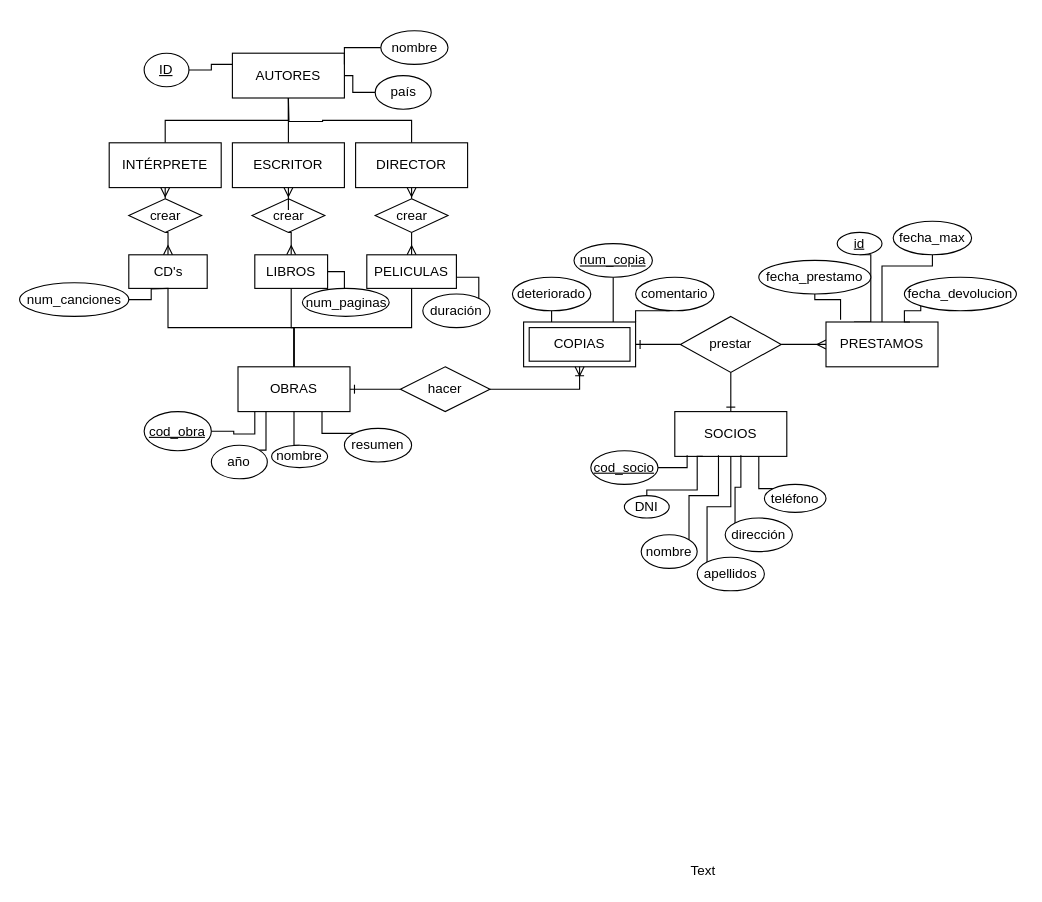
idominguez25/Curso_JavaAngular keeps this draw.io diagram as Untitled Diagram.drawio. Above is the earlier version. Source tidied: cells renumbered, new cells numbered last; positions are measured from the earlier drawing's top-left corner, leaving out a move shared by most shapes. Both pictures are drawn from the tidied source at 112%, with x=0, y=0 at pixel (19, 30).
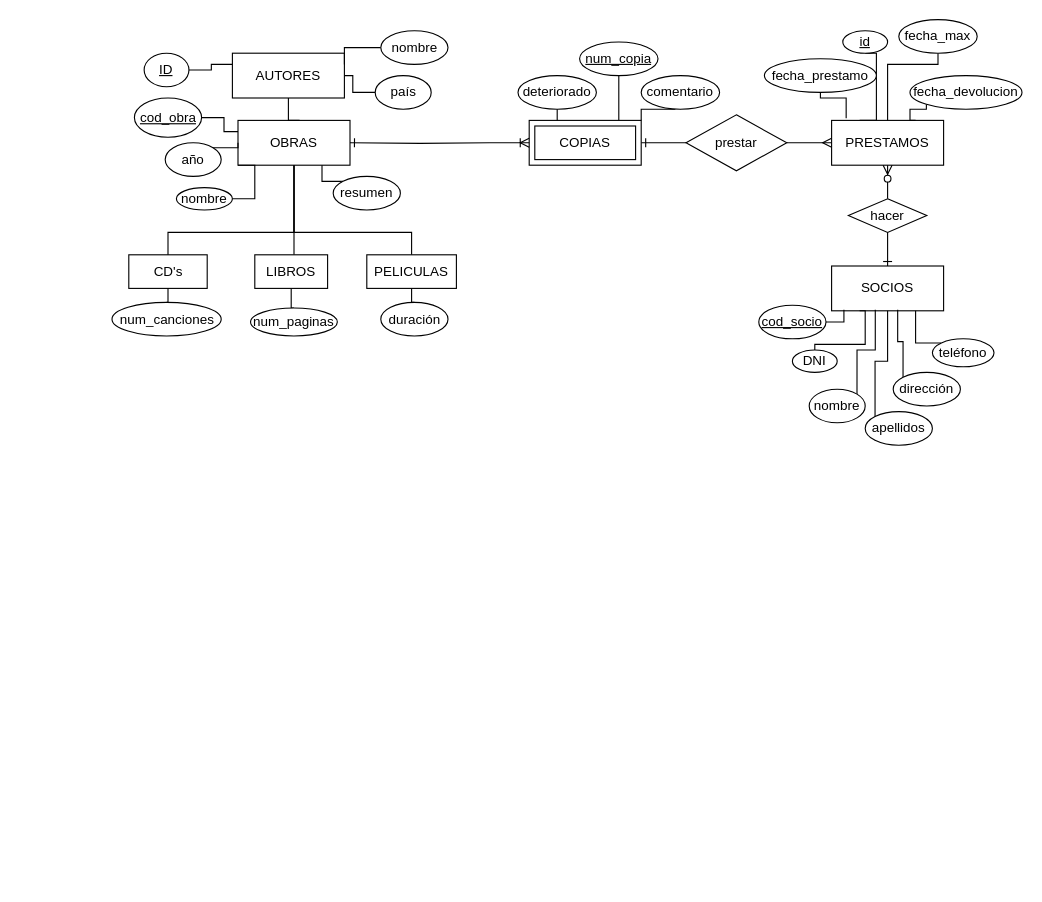
After the change.

The change refers to these unchanged cells:
```xml
<mxCell id="18" value="CD's" style="whiteSpace=wrap;html=1;align=center;" parent="1" vertex="1">
  <mxGeometry x="97.5" y="200" width="70" height="30" as="geometry" />
</mxCell>
<mxCell id="22" value="PELICULAS" style="whiteSpace=wrap;html=1;align=center;" parent="1" vertex="1">
  <mxGeometry x="310" y="200" width="80" height="30" as="geometry" />
</mxCell>
<mxCell id="25" value="AUTORES" style="whiteSpace=wrap;html=1;align=center;" parent="1" vertex="1">
  <mxGeometry x="190" y="20" width="100" height="40" as="geometry" />
</mxCell>
<mxCell id="81" value="LIBROS" style="whiteSpace=wrap;html=1;align=center;" parent="1" vertex="1">
  <mxGeometry x="210" y="200" width="65" height="30" as="geometry" />
</mxCell>
```

Change to the diagram source:
```diff
@@
     <mxCell id="4" value="prestar" style="shape=rhombus;perimeter=rhombusPerimeter;whiteSpace=wrap;html=1;align=center;" parent="1" vertex="1">
-      <mxGeometry x="590" y="255" width="90" height="50" as="geometry" />
+      <mxGeometry x="595" y="75" width="90" height="50" as="geometry" />
     </mxCell>
@@
     <mxCell id="6" style="edgeStyle=orthogonalEdgeStyle;rounded=0;jettySize=auto;html=1;exitX=0.25;exitY=0;exitDx=0;exitDy=0;entryX=0.5;entryY=1;entryDx=0;entryDy=0;startArrow=none;startFill=0;endArrow=none;endFill=0;strokeColor=#000000;" parent="1" edge="1" source="7" target="42">
       <mxGeometry relative="1" as="geometry">
         <Array as="points">
-          <mxPoint x="760" y="260" />
-          <mxPoint x="760" y="200" />
+          <mxPoint x="765" y="80" />
+          <mxPoint x="765" y="20" />
         </Array>
       </mxGeometry>
     </mxCell>
     <mxCell id="7" value="PRESTAMOS" style="whiteSpace=wrap;html=1;align=center;" parent="1" vertex="1">
-      <mxGeometry x="720" y="260" width="100" height="40" as="geometry" />
+      <mxGeometry x="725" y="80" width="100" height="40" as="geometry" />
     </mxCell>
-    <mxCell id="8" style="edgeStyle=orthogonalEdgeStyle;rounded=0;jettySize=auto;html=1;entryX=0.5;entryY=1;entryDx=0;entryDy=0;startArrow=ERone;startFill=0;endArrow=none;endFill=0;" parent="1" edge="1" source="9" target="4">
-      <mxGeometry relative="1" as="geometry" />
-    </mxCell>
+    <mxCell id="82" style="edgeStyle=orthogonalEdgeStyle;rounded=0;jettySize=auto;html=1;entryX=0.5;entryY=1;entryDx=0;entryDy=0;endArrow=ERzeroToMany;endFill=1;" parent="1" edge="1" source="23" target="7">
+      <mxGeometry relative="1" as="geometry" />
+    </mxCell>
     <mxCell id="9" value="SOCIOS" style="whiteSpace=wrap;html=1;align=center;" parent="1" vertex="1">
-      <mxGeometry x="585" y="340" width="100" height="40" as="geometry" />
+      <mxGeometry x="725" y="210" width="100" height="40" as="geometry" />
     </mxCell>
-    <mxCell id="10" value="Text" style="text;html=1;align=center;verticalAlign=middle;" parent="1" vertex="1">
-      <mxGeometry x="590" y="740" width="40" height="20" as="geometry" />
-    </mxCell>
-    <mxCell id="11" style="edgeStyle=orthogonalEdgeStyle;rounded=0;jettySize=auto;html=1;startArrow=none;startFill=0;endArrow=ERone;endFill=0;strokeColor=#000000;" parent="1" edge="1" source="23" target="16">
-      <mxGeometry relative="1" as="geometry" />
+    <mxCell id="11" style="edgeStyle=orthogonalEdgeStyle;rounded=0;jettySize=auto;html=1;startArrow=none;startFill=0;endArrow=ERone;endFill=0;strokeColor=#000000;" parent="1" edge="1" target="16">
+      <mxGeometry relative="1" as="geometry">
+        <mxPoint x="420" y="100" as="sourcePoint" />
+      </mxGeometry>
     </mxCell>
@@
     <mxCell id="13" style="edgeStyle=orthogonalEdgeStyle;rounded=0;jettySize=auto;html=1;startArrow=none;startFill=0;endArrow=none;endFill=0;strokeColor=#000000;entryX=0.5;entryY=1;entryDx=0;entryDy=0;" parent="1" edge="1" source="15" target="39">
       <mxGeometry relative="1" as="geometry">
         <Array as="points">
-          <mxPoint x="530" y="250" />
-          <mxPoint x="530" y="250" />
+          <mxPoint x="535" y="70" />
+          <mxPoint x="535" y="70" />
         </Array>
       </mxGeometry>
     </mxCell>
     <mxCell id="14" style="edgeStyle=orthogonalEdgeStyle;rounded=0;jettySize=auto;html=1;exitX=1;exitY=0;exitDx=0;exitDy=0;entryX=0.5;entryY=1;entryDx=0;entryDy=0;startArrow=none;startFill=0;endArrow=none;endFill=0;strokeColor=#000000;" parent="1" edge="1" source="15" target="40">
       <mxGeometry relative="1" as="geometry">
         <Array as="points">
-          <mxPoint x="550" y="250" />
-          <mxPoint x="580" y="250" />
-          <mxPoint x="580" y="235" />
+          <mxPoint x="555" y="70" />
+          <mxPoint x="585" y="70" />
+          <mxPoint x="585" y="55" />
         </Array>
       </mxGeometry>
     </mxCell>
     <mxCell id="15" value="COPIAS" style="shape=ext;margin=3;double=1;whiteSpace=wrap;html=1;align=center;" parent="1" vertex="1">
-      <mxGeometry x="450" y="260" width="100" height="40" as="geometry" />
+      <mxGeometry x="455" y="80" width="100" height="40" as="geometry" />
     </mxCell>
     <mxCell id="16" value="OBRAS" style="whiteSpace=wrap;html=1;align=center;" parent="1" vertex="1">
-      <mxGeometry x="195" y="300" width="100" height="40" as="geometry" />
+      <mxGeometry x="195" y="80" width="100" height="40" as="geometry" />
     </mxCell>
     <mxCell id="17" style="edgeStyle=orthogonalEdgeStyle;rounded=0;jettySize=auto;html=1;exitX=0.5;exitY=1;exitDx=0;exitDy=0;endArrow=none;endFill=0;" parent="1" edge="1" source="18" target="16">
-      <mxGeometry relative="1" as="geometry" />
+      <mxGeometry relative="1" as="geometry">
+        <Array as="points">
+          <mxPoint x="133" y="180" />
+          <mxPoint x="245" y="180" />
+        </Array>
+      </mxGeometry>
     </mxCell>
@@
-    <mxCell id="19" style="edgeStyle=orthogonalEdgeStyle;rounded=0;jettySize=auto;html=1;startArrow=none;startFill=0;endArrow=none;endFill=0;strokeColor=#000000;exitX=1;exitY=0.5;exitDx=0;exitDy=0;" parent="1" edge="1" source="81" target="36">
-      <mxGeometry relative="1" as="geometry">
-        <Array as="points">
-          <mxPoint x="290" y="215" />
-          <mxPoint x="290" y="240" />
-          <mxPoint x="325" y="240" />
-        </Array>
-      </mxGeometry>
-    </mxCell>
-    <mxCell id="20" style="edgeStyle=orthogonalEdgeStyle;rounded=0;jettySize=auto;html=1;exitX=1;exitY=0;exitDx=0;exitDy=0;entryX=0;entryY=1;entryDx=0;entryDy=0;endArrow=none;endFill=0;" parent="1" edge="1" source="22" target="37">
-      <mxGeometry relative="1" as="geometry">
-        <Array as="points">
-          <mxPoint x="390" y="220" />
-          <mxPoint x="410" y="220" />
-          <mxPoint x="410" y="250" />
-          <mxPoint x="369" y="250" />
-        </Array>
-      </mxGeometry>
-    </mxCell>
-    <mxCell id="21" style="edgeStyle=orthogonalEdgeStyle;rounded=0;jettySize=auto;html=1;exitX=0.5;exitY=1;exitDx=0;exitDy=0;entryX=0.5;entryY=0;entryDx=0;entryDy=0;endArrow=none;endFill=0;" parent="1" edge="1" source="22" target="16">
-      <mxGeometry relative="1" as="geometry" />
+    <mxCell id="21" style="edgeStyle=orthogonalEdgeStyle;rounded=0;jettySize=auto;html=1;exitX=0.5;exitY=0;exitDx=0;exitDy=0;entryX=0.5;entryY=1;entryDx=0;entryDy=0;startArrow=none;startFill=0;endArrow=none;endFill=0;" parent="1" edge="1" source="22" target="16">
+      <mxGeometry relative="1" as="geometry">
+        <Array as="points">
+          <mxPoint x="350" y="180" />
+          <mxPoint x="245" y="180" />
+        </Array>
+      </mxGeometry>
     </mxCell>
@@
-    <mxCell id="23" value="hacer" style="shape=rhombus;perimeter=rhombusPerimeter;whiteSpace=wrap;html=1;align=center;" parent="1" vertex="1">
-      <mxGeometry x="340" y="300" width="80" height="40" as="geometry" />
-    </mxCell>
-    <mxCell id="24" style="edgeStyle=orthogonalEdgeStyle;rounded=0;jettySize=auto;html=1;startArrow=ERoneToMany;startFill=0;endArrow=none;endFill=0;strokeColor=#000000;" parent="1" edge="1" source="15" target="23">
+    <mxCell id="24" style="edgeStyle=orthogonalEdgeStyle;rounded=0;jettySize=auto;html=1;startArrow=ERoneToMany;startFill=0;endArrow=none;endFill=0;strokeColor=#000000;" parent="1" edge="1" source="15">
       <mxGeometry relative="1" as="geometry">
+        <mxPoint x="420" y="100" as="targetPoint" />
         <Array as="points">
-          <mxPoint x="500" y="320" />
+          <mxPoint x="440" y="100" />
+          <mxPoint x="440" y="100" />
         </Array>
       </mxGeometry>
     </mxCell>
@@
-    <mxCell id="26" value="crear" style="shape=rhombus;perimeter=rhombusPerimeter;whiteSpace=wrap;html=1;align=center;" parent="1" vertex="1">
-      <mxGeometry x="207.5" y="150" width="65" height="30" as="geometry" />
-    </mxCell>
-    <mxCell id="27" style="edgeStyle=orthogonalEdgeStyle;rounded=0;jettySize=auto;html=1;startArrow=ERmany;startFill=0;endArrow=none;endFill=0;strokeColor=#000000;" parent="1" edge="1" source="81" target="26">
-      <mxGeometry relative="1" as="geometry" />
-    </mxCell>
@@
-    <mxCell id="34" style="edgeStyle=orthogonalEdgeStyle;rounded=0;jettySize=auto;html=1;endArrow=none;endFill=0;" parent="1" edge="1" source="35">
-      <mxGeometry relative="1" as="geometry">
-        <mxPoint x="133" y="230" as="targetPoint" />
-      </mxGeometry>
-    </mxCell>
+    <mxCell id="83" style="edgeStyle=orthogonalEdgeStyle;rounded=0;jettySize=auto;html=1;exitX=0.5;exitY=0;exitDx=0;exitDy=0;entryX=0.5;entryY=1;entryDx=0;entryDy=0;startArrow=none;startFill=0;endArrow=none;endFill=0;" parent="1" edge="1" source="35" target="18">
+      <mxGeometry relative="1" as="geometry" />
+    </mxCell>
     <mxCell id="35" value="num_canciones" style="ellipse;whiteSpace=wrap;html=1;" parent="1" vertex="1">
-      <mxGeometry y="225" width="97.5" height="30" as="geometry" />
+      <mxGeometry x="82.5" y="242.5" width="97.5" height="30" as="geometry" />
     </mxCell>
+    <mxCell id="84" style="edgeStyle=orthogonalEdgeStyle;rounded=0;jettySize=auto;html=1;exitX=0.5;exitY=0;exitDx=0;exitDy=0;entryX=0.5;entryY=1;entryDx=0;entryDy=0;startArrow=none;startFill=0;endArrow=none;endFill=0;" parent="1" edge="1" source="36" target="81">
+      <mxGeometry relative="1" as="geometry" />
+    </mxCell>
     <mxCell id="36" value="num_paginas" style="ellipse;whiteSpace=wrap;html=1;" parent="1" vertex="1">
-      <mxGeometry x="252.5" y="230" width="77.5" height="25" as="geometry" />
+      <mxGeometry x="206.2" y="247.5" width="77.5" height="25" as="geometry" />
     </mxCell>
+    <mxCell id="85" style="edgeStyle=orthogonalEdgeStyle;rounded=0;jettySize=auto;html=1;exitX=0.5;exitY=0;exitDx=0;exitDy=0;entryX=0.5;entryY=1;entryDx=0;entryDy=0;startArrow=none;startFill=0;endArrow=none;endFill=0;" parent="1" edge="1" source="37" target="22">
+      <mxGeometry relative="1" as="geometry" />
+    </mxCell>
     <mxCell id="37" value="duración" style="ellipse;whiteSpace=wrap;html=1;" parent="1" vertex="1">
-      <mxGeometry x="360" y="235" width="60" height="30" as="geometry" />
+      <mxGeometry x="322.5" y="242.5" width="60" height="30" as="geometry" />
     </mxCell>
     <mxCell id="38" value="deteriorado" style="ellipse;whiteSpace=wrap;html=1;" parent="1" vertex="1">
-      <mxGeometry x="440" y="220" width="70" height="30" as="geometry" />
+      <mxGeometry x="445" y="40" width="70" height="30" as="geometry" />
     </mxCell>
     <mxCell id="39" value="&lt;u&gt;num_copia&lt;/u&gt;" style="ellipse;whiteSpace=wrap;html=1;" parent="1" vertex="1">
-      <mxGeometry x="495" y="190" width="70" height="30" as="geometry" />
+      <mxGeometry x="500" y="10" width="70" height="30" as="geometry" />
     </mxCell>
     <mxCell id="40" value="comentario" style="ellipse;whiteSpace=wrap;html=1;" parent="1" vertex="1">
-      <mxGeometry x="550" y="220" width="70" height="30" as="geometry" />
+      <mxGeometry x="555" y="40" width="70" height="30" as="geometry" />
     </mxCell>
     <mxCell id="41" value="fecha_prestamo" style="ellipse;whiteSpace=wrap;html=1;" parent="1" vertex="1">
-      <mxGeometry x="660" y="205" width="100" height="30" as="geometry" />
+      <mxGeometry x="665" y="25" width="100" height="30" as="geometry" />
     </mxCell>
     <mxCell id="42" value="&lt;u&gt;id&lt;/u&gt;" style="ellipse;whiteSpace=wrap;html=1;" parent="1" vertex="1">
-      <mxGeometry x="730" y="180" width="40" height="20" as="geometry" />
+      <mxGeometry x="735" width="40" height="20" as="geometry" />
     </mxCell>
     <mxCell id="43" style="edgeStyle=orthogonalEdgeStyle;rounded=0;jettySize=auto;html=1;exitX=0.5;exitY=1;exitDx=0;exitDy=0;entryX=0.5;entryY=0;entryDx=0;entryDy=0;startArrow=none;startFill=0;endArrow=none;endFill=0;strokeColor=#000000;" parent="1" edge="1" source="44" target="7">
       <mxGeometry relative="1" as="geometry">
         <Array as="points">
-          <mxPoint x="815" y="210" />
-          <mxPoint x="770" y="210" />
+          <mxPoint x="820" y="30" />
+          <mxPoint x="775" y="30" />
         </Array>
       </mxGeometry>
     </mxCell>
     <mxCell id="44" value="fecha_max" style="ellipse;whiteSpace=wrap;html=1;" parent="1" vertex="1">
-      <mxGeometry x="780" y="170" width="70" height="30" as="geometry" />
+      <mxGeometry x="785" y="-10" width="70" height="30" as="geometry" />
     </mxCell>
     <mxCell id="45" style="edgeStyle=orthogonalEdgeStyle;rounded=0;jettySize=auto;html=1;exitX=0;exitY=1;exitDx=0;exitDy=0;entryX=0.75;entryY=0;entryDx=0;entryDy=0;startArrow=none;startFill=0;endArrow=none;endFill=0;strokeColor=#000000;" parent="1" edge="1" source="46" target="7">
       <mxGeometry relative="1" as="geometry">
         <Array as="points">
-          <mxPoint x="805" y="250" />
-          <mxPoint x="790" y="250" />
-          <mxPoint x="790" y="260" />
+          <mxPoint x="810" y="70" />
+          <mxPoint x="795" y="70" />
+          <mxPoint x="795" y="80" />
         </Array>
       </mxGeometry>
     </mxCell>
     <mxCell id="46" value="fecha_devolucion" style="ellipse;whiteSpace=wrap;html=1;" parent="1" vertex="1">
-      <mxGeometry x="790" y="220" width="100" height="30" as="geometry" />
+      <mxGeometry x="795" y="40" width="100" height="30" as="geometry" />
     </mxCell>
@@
     <mxCell id="48" value="&lt;u&gt;cod_socio&lt;/u&gt;" style="ellipse;whiteSpace=wrap;html=1;" parent="1" vertex="1">
-      <mxGeometry x="510" y="375" width="60" height="30" as="geometry" />
+      <mxGeometry x="660" y="245" width="60" height="30" as="geometry" />
     </mxCell>
     <mxCell id="49" style="edgeStyle=orthogonalEdgeStyle;rounded=0;jettySize=auto;html=1;entryX=0.25;entryY=1;entryDx=0;entryDy=0;startArrow=none;startFill=0;endArrow=none;endFill=0;strokeColor=#000000;" parent="1" edge="1" source="50" target="9">
       <mxGeometry relative="1" as="geometry">
         <Array as="points">
-          <mxPoint x="560" y="410" />
-          <mxPoint x="605" y="410" />
+          <mxPoint x="710" y="280" />
+          <mxPoint x="755" y="280" />
         </Array>
       </mxGeometry>
     </mxCell>
     <mxCell id="50" value="DNI" style="ellipse;whiteSpace=wrap;html=1;" parent="1" vertex="1">
-      <mxGeometry x="540" y="415" width="40" height="20" as="geometry" />
+      <mxGeometry x="690" y="285" width="40" height="20" as="geometry" />
     </mxCell>
@@
     <mxCell id="52" value="nombre" style="ellipse;whiteSpace=wrap;html=1;" parent="1" vertex="1">
-      <mxGeometry x="555" y="450" width="50" height="30" as="geometry" />
+      <mxGeometry x="705" y="320" width="50" height="30" as="geometry" />
     </mxCell>
@@
     <mxCell id="54" value="apellidos" style="ellipse;whiteSpace=wrap;html=1;" parent="1" vertex="1">
-      <mxGeometry x="605" y="470" width="60" height="30" as="geometry" />
+      <mxGeometry x="755" y="340" width="60" height="30" as="geometry" />
     </mxCell>
@@
     <mxCell id="56" value="dirección" style="ellipse;whiteSpace=wrap;html=1;" parent="1" vertex="1">
-      <mxGeometry x="630" y="435" width="60" height="30" as="geometry" />
+      <mxGeometry x="780" y="305" width="60" height="30" as="geometry" />
     </mxCell>
@@
     <mxCell id="58" value="teléfono" style="ellipse;whiteSpace=wrap;html=1;" parent="1" vertex="1">
-      <mxGeometry x="665" y="405" width="55" height="25" as="geometry" />
+      <mxGeometry x="815" y="275" width="55" height="25" as="geometry" />
     </mxCell>
-    <mxCell id="59" style="edgeStyle=orthogonalEdgeStyle;rounded=0;jettySize=auto;html=1;exitX=1;exitY=0.5;exitDx=0;exitDy=0;entryX=0.15;entryY=1;entryDx=0;entryDy=0;entryPerimeter=0;endArrow=none;endFill=0;" parent="1" edge="1" source="60" target="16">
+    <mxCell id="59" style="edgeStyle=orthogonalEdgeStyle;rounded=0;jettySize=auto;html=1;entryX=0;entryY=0.25;entryDx=0;entryDy=0;endArrow=none;endFill=0;" parent="1" edge="1" source="60" target="16">
       <mxGeometry relative="1" as="geometry" />
     </mxCell>
     <mxCell id="60" value="&lt;u&gt;cod_obra&lt;/u&gt;" style="ellipse;whiteSpace=wrap;html=1;" parent="1" vertex="1">
-      <mxGeometry x="111.2" y="340" width="60" height="35" as="geometry" />
+      <mxGeometry x="102.5" y="60" width="60" height="35" as="geometry" />
     </mxCell>
-    <mxCell id="61" style="edgeStyle=orthogonalEdgeStyle;rounded=0;jettySize=auto;html=1;exitX=1;exitY=0;exitDx=0;exitDy=0;entryX=0.25;entryY=1;entryDx=0;entryDy=0;endArrow=none;endFill=0;" parent="1" edge="1" source="62" target="16">
+    <mxCell id="61" style="edgeStyle=orthogonalEdgeStyle;rounded=0;jettySize=auto;html=1;exitX=1;exitY=0;exitDx=0;exitDy=0;entryX=0;entryY=0.5;entryDx=0;entryDy=0;endArrow=none;endFill=0;" parent="1" edge="1" source="62" target="16">
       <mxGeometry relative="1" as="geometry" />
     </mxCell>
     <mxCell id="62" value="año" style="ellipse;whiteSpace=wrap;html=1;" parent="1" vertex="1">
-      <mxGeometry x="171.2" y="370" width="50" height="30" as="geometry" />
+      <mxGeometry x="130" y="100" width="50" height="30" as="geometry" />
     </mxCell>
@@
     <mxCell id="64" value="resumen" style="ellipse;whiteSpace=wrap;html=1;" parent="1" vertex="1">
-      <mxGeometry x="290" y="355" width="60" height="30" as="geometry" />
+      <mxGeometry x="280" y="130" width="60" height="30" as="geometry" />
     </mxCell>
-    <mxCell id="65" style="edgeStyle=orthogonalEdgeStyle;rounded=0;jettySize=auto;html=1;exitX=0.5;exitY=0;exitDx=0;exitDy=0;entryX=0.5;entryY=1;entryDx=0;entryDy=0;endArrow=none;endFill=0;" parent="1" edge="1" source="66" target="16">
+    <mxCell id="65" style="edgeStyle=orthogonalEdgeStyle;rounded=0;jettySize=auto;html=1;entryX=0;entryY=1;entryDx=0;entryDy=0;endArrow=none;endFill=0;" parent="1" edge="1" source="66" target="16">
       <mxGeometry relative="1" as="geometry" />
     </mxCell>
     <mxCell id="66" value="nombre" style="ellipse;whiteSpace=wrap;html=1;" parent="1" vertex="1">
-      <mxGeometry x="225" y="370" width="50" height="20" as="geometry" />
+      <mxGeometry x="140" y="140" width="50" height="20" as="geometry" />
     </mxCell>
-    <mxCell id="67" style="edgeStyle=orthogonalEdgeStyle;rounded=0;jettySize=auto;html=1;exitX=0.5;exitY=0;exitDx=0;exitDy=0;endArrow=none;endFill=0;" parent="1" edge="1" source="69" target="25">
-      <mxGeometry relative="1" as="geometry" />
-    </mxCell>
-    <mxCell id="68" style="edgeStyle=orthogonalEdgeStyle;rounded=0;jettySize=auto;html=1;exitX=0.5;exitY=1;exitDx=0;exitDy=0;entryX=0.5;entryY=0;entryDx=0;entryDy=0;endArrow=none;endFill=0;startArrow=ERmany;startFill=0;" parent="1" edge="1" source="69" target="79">
-      <mxGeometry relative="1" as="geometry" />
-    </mxCell>
-    <mxCell id="69" value="INTÉRPRETE" style="whiteSpace=wrap;html=1;align=center;" parent="1" vertex="1">
-      <mxGeometry x="80" y="100" width="100" height="40" as="geometry" />
-    </mxCell>
-    <mxCell id="70" style="edgeStyle=orthogonalEdgeStyle;rounded=0;jettySize=auto;html=1;exitX=0.5;exitY=0;exitDx=0;exitDy=0;endArrow=none;endFill=0;" parent="1" edge="1" source="72">
-      <mxGeometry relative="1" as="geometry">
-        <mxPoint x="240" y="60" as="targetPoint" />
-      </mxGeometry>
-    </mxCell>
-    <mxCell id="71" style="edgeStyle=orthogonalEdgeStyle;rounded=0;jettySize=auto;html=1;entryX=0.5;entryY=0;entryDx=0;entryDy=0;endArrow=none;endFill=0;startArrow=ERmany;startFill=0;" parent="1" edge="1" source="72" target="26">
-      <mxGeometry relative="1" as="geometry" />
-    </mxCell>
-    <mxCell id="72" value="ESCRITOR" style="whiteSpace=wrap;html=1;align=center;" parent="1" vertex="1">
-      <mxGeometry x="190" y="100" width="100" height="40" as="geometry" />
-    </mxCell>
-    <mxCell id="73" style="edgeStyle=orthogonalEdgeStyle;rounded=0;jettySize=auto;html=1;exitX=0.5;exitY=0;exitDx=0;exitDy=0;endArrow=none;endFill=0;" parent="1" edge="1" source="75">
+    <mxCell id="73" style="edgeStyle=orthogonalEdgeStyle;rounded=0;orthogonalLoop=1;jettySize=auto;html=1;exitX=0.5;exitY=0;exitDx=0;exitDy=0;endArrow=none;endFill=0;" parent="1" edge="1">
       <mxGeometry relative="1" as="geometry">
+        <mxPoint x="250" y="80" as="sourcePoint" />
         <mxPoint x="240" y="60" as="targetPoint" />
       </mxGeometry>
     </mxCell>
-    <mxCell id="74" style="edgeStyle=orthogonalEdgeStyle;rounded=0;jettySize=auto;html=1;exitX=0.5;exitY=1;exitDx=0;exitDy=0;entryX=0.5;entryY=0;entryDx=0;entryDy=0;endArrow=none;endFill=0;startArrow=ERmany;startFill=0;" parent="1" edge="1" source="75" target="77">
-      <mxGeometry relative="1" as="geometry" />
-    </mxCell>
-    <mxCell id="75" value="DIRECTOR" style="whiteSpace=wrap;html=1;align=center;" parent="1" vertex="1">
-      <mxGeometry x="300" y="100" width="100" height="40" as="geometry" />
-    </mxCell>
-    <mxCell id="76" style="edgeStyle=orthogonalEdgeStyle;rounded=0;jettySize=auto;html=1;exitX=0.5;exitY=1;exitDx=0;exitDy=0;entryX=0.5;entryY=0;entryDx=0;entryDy=0;endArrow=ERmany;endFill=0;" parent="1" edge="1" source="77" target="22">
-      <mxGeometry relative="1" as="geometry" />
-    </mxCell>
-    <mxCell id="77" value="crear" style="shape=rhombus;perimeter=rhombusPerimeter;whiteSpace=wrap;html=1;align=center;" parent="1" vertex="1">
-      <mxGeometry x="317.5" y="150" width="65" height="30" as="geometry" />
-    </mxCell>
-    <mxCell id="78" style="edgeStyle=orthogonalEdgeStyle;rounded=0;jettySize=auto;html=1;exitX=0.5;exitY=1;exitDx=0;exitDy=0;entryX=0.5;entryY=0;entryDx=0;entryDy=0;endArrow=ERmany;endFill=0;" parent="1" edge="1" source="79" target="18">
-      <mxGeometry relative="1" as="geometry" />
-    </mxCell>
-    <mxCell id="79" value="crear" style="shape=rhombus;perimeter=rhombusPerimeter;whiteSpace=wrap;html=1;align=center;" parent="1" vertex="1">
-      <mxGeometry x="97.5" y="150" width="65" height="30" as="geometry" />
-    </mxCell>
-    <mxCell id="80" style="edgeStyle=orthogonalEdgeStyle;rounded=0;jettySize=auto;html=1;exitX=0.5;exitY=1;exitDx=0;exitDy=0;entryX=0.5;entryY=0;entryDx=0;entryDy=0;endArrow=none;endFill=0;" parent="1" edge="1" source="81" target="16">
-      <mxGeometry relative="1" as="geometry" />
+    <mxCell id="80" style="edgeStyle=orthogonalEdgeStyle;rounded=0;jettySize=auto;html=1;startArrow=none;startFill=0;endArrow=none;endFill=0;" parent="1" edge="1" source="81" target="16">
+      <mxGeometry relative="1" as="geometry">
+        <Array as="points">
+          <mxPoint x="245" y="190" />
+          <mxPoint x="245" y="190" />
+        </Array>
+      </mxGeometry>
     </mxCell>
@@
+    <mxCell id="23" value="hacer" style="shape=rhombus;perimeter=rhombusPerimeter;whiteSpace=wrap;html=1;align=center;" parent="1" vertex="1">
+      <mxGeometry x="740" y="150" width="70" height="30" as="geometry" />
+    </mxCell>
+    <mxCell id="86" style="edgeStyle=orthogonalEdgeStyle;rounded=0;jettySize=auto;html=1;entryX=0.5;entryY=1;entryDx=0;entryDy=0;endArrow=none;endFill=0;startArrow=ERone;startFill=0;" parent="1" edge="1" source="9" target="23">
+      <mxGeometry relative="1" as="geometry" />
+    </mxCell>
```
